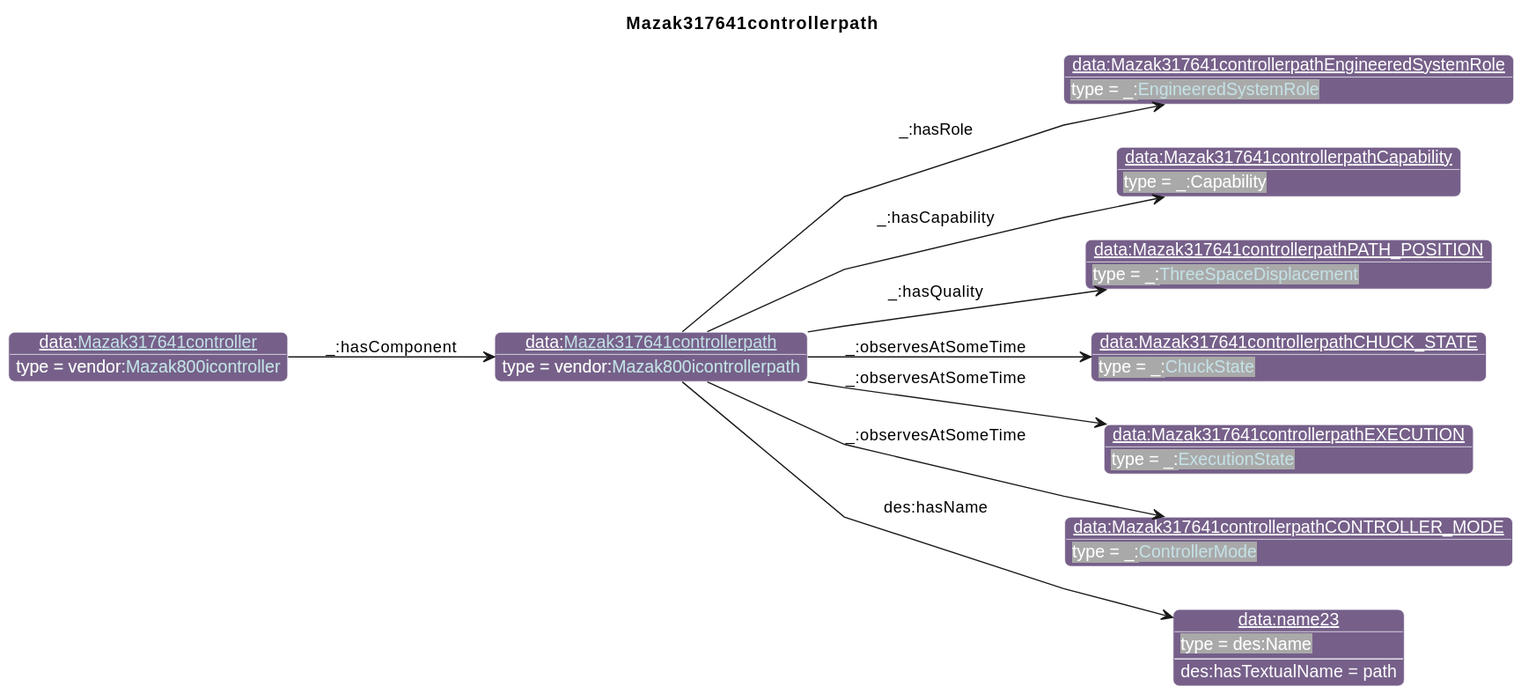
Earlier version of the PlantUML export diagrams/Mazak317641controllerpath.svg (iofoundry/example-syseng-mtconnect).
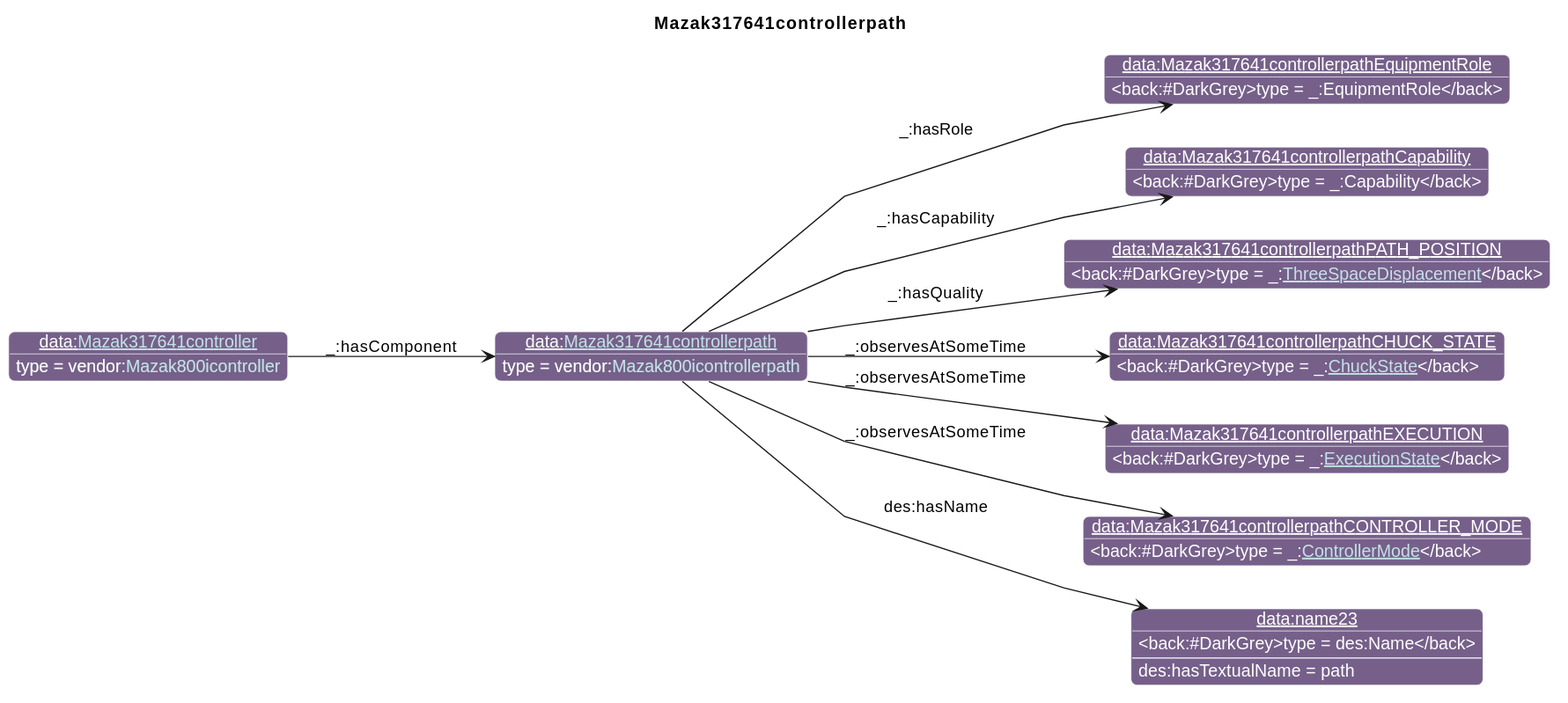
Above is the later version.

The edit, as a diff of the source:
```diff
@@ -26,7 +26,7 @@
                       "qp":"641B2E"
       }
 individual(o0, data:[[./Mazak317641controllerpath.html Mazak317641controllerpath]], vendor:[[../Mazak.html#Mazak800icontrollerpath Mazak800icontrollerpath]])
-individual(o1, data:Mazak317641controllerpathEngineeredSystemRole, _:[[../MTConnect.html#EngineeredSystemRole EngineeredSystemRole]])
+individual(o1, data:Mazak317641controllerpathEquipmentRole, _:EquipmentRole)
 individual(o2, data:Mazak317641controllerpathCapability, _:Capability)
 individual(o3, data:Mazak317641controllerpathPATH_POSITION, _:[[../MTConnect.html#ThreeSpaceDisplacement ThreeSpaceDisplacement]])
 individual(o4, data:Mazak317641controllerpathCHUCK_STATE, _:[[../MTConnect.html#ChuckState ChuckState]])
```
